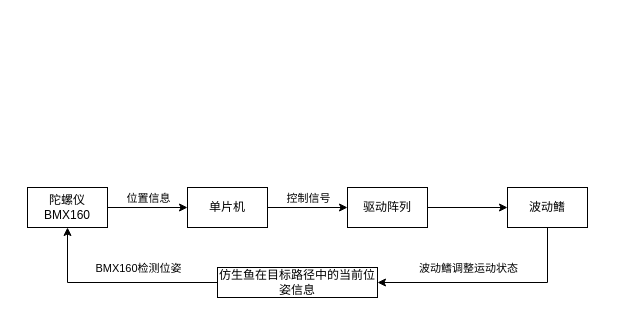
Above: 未命名绘图.drawio in chiguaren3/drawio_project (draw.io), before the change. Source tidied: cells renumbered, new cells numbered last; positions are measured from the earlier drawing's top-left corner, leaving out a move shared by most shapes. Both pictures are drawn from the tidied source at 100%, with x=0, y=0 at pixel (27, 187).
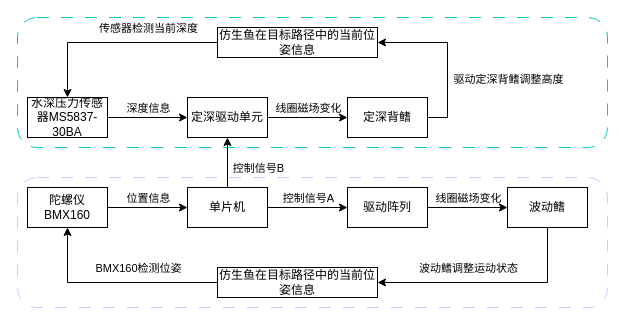
After the change.

Commit message (it also covers changes not shown here):
fish_control

The change refers to these unchanged cells:
```xml
<mxCell id="2" style="edgeStyle=orthogonalEdgeStyle;rounded=0;jettySize=auto;html=1;exitX=1;exitY=0.5;exitDx=0;exitDy=0;entryX=0;entryY=0.5;entryDx=0;entryDy=0;labelPosition=center;verticalLabelPosition=top;align=center;verticalAlign=bottom;labelBackgroundColor=none;fontColor=default;" parent="1" edge="1" source="4" target="6">
  <mxGeometry relative="1" as="geometry" />
</mxCell>
<mxCell id="4" value="单片机" style="rounded=0;whiteSpace=wrap;html=1;labelBackgroundColor=none;" parent="1" vertex="1">
  <mxGeometry x="160" width="80" height="40" as="geometry" />
</mxCell>
<mxCell id="6" value="驱动阵列" style="rounded=0;whiteSpace=wrap;html=1;labelBackgroundColor=none;" parent="1" vertex="1">
  <mxGeometry x="320" width="80" height="40" as="geometry" />
</mxCell>
<mxCell id="8" value="波动鳍" style="rounded=0;whiteSpace=wrap;html=1;labelBackgroundColor=none;" parent="1" vertex="1">
  <mxGeometry x="480" width="80" height="40" as="geometry" />
</mxCell>
<mxCell id="10" value="陀螺仪&lt;div&gt;BMX160&lt;/div&gt;" style="rounded=0;whiteSpace=wrap;html=1;labelBackgroundColor=none;" parent="1" vertex="1">
  <mxGeometry width="80" height="40" as="geometry" />
</mxCell>
<mxCell id="13" value="仿生鱼在目标路径中的当前位姿信息" style="rounded=0;whiteSpace=wrap;html=1;labelBackgroundColor=none;" parent="1" vertex="1">
  <mxGeometry x="190" y="80" width="160" height="30" as="geometry" />
</mxCell>
```

The edit, as a diff of the source:
```diff
@@
+    <mxCell id="16" style="rounded=1;whiteSpace=wrap;html=1;labelBorderColor=#FFCCFF;textOpacity=0;labelBackgroundColor=#FFCCFF;strokeColor=#00CCCC;dashed=1;dashPattern=12 12;" parent="1" vertex="1">
+      <mxGeometry x="-10" y="-170" width="590" height="130" as="geometry" />
+    </mxCell>
+    <mxCell id="17" style="rounded=1;whiteSpace=wrap;html=1;labelBorderColor=#FFCCFF;textOpacity=0;labelBackgroundColor=#FFCCFF;strokeColor=#CCCCFF;dashed=1;dashPattern=12 12;" parent="1" vertex="1">
+      <mxGeometry x="-10" y="-10" width="590" height="130" as="geometry" />
+    </mxCell>
@@
-    <mxCell id="3" value="控制信号" style="edgeLabel;html=1;align=center;verticalAlign=middle;labelBackgroundColor=none;" parent="2" vertex="1">
+    <mxCell id="3" value="控制信号A" style="edgeLabel;html=1;align=center;verticalAlign=middle;labelBackgroundColor=none;" parent="2" vertex="1">
       <mxGeometry relative="1" as="geometry">
         <mxPoint y="-10" as="offset" />
       </mxGeometry>
     </mxCell>
+    <mxCell id="18" style="edgeStyle=orthogonalEdgeStyle;rounded=0;jettySize=auto;html=1;exitX=0.5;exitY=0;exitDx=0;exitDy=0;entryX=0.5;entryY=1;entryDx=0;entryDy=0;labelBackgroundColor=none;fontColor=default;" parent="1" edge="1" source="4" target="27">
+      <mxGeometry relative="1" as="geometry" />
+    </mxCell>
+    <mxCell id="19" value="控制信号B" style="edgeLabel;html=1;align=center;verticalAlign=middle;labelBackgroundColor=none;" parent="18" vertex="1">
+      <mxGeometry x="-0.04" y="-4" relative="1" as="geometry">
+        <mxPoint x="26" y="4" as="offset" />
+      </mxGeometry>
+    </mxCell>
@@
-    <mxCell id="5" style="edgeStyle=orthogonalEdgeStyle;rounded=0;jettySize=auto;html=1;exitX=1;exitY=0.5;exitDx=0;exitDy=0;entryX=0;entryY=0.5;entryDx=0;entryDy=0;" parent="1" edge="1" source="6" target="8">
+    <mxCell id="5" style="edgeStyle=orthogonalEdgeStyle;rounded=0;jettySize=auto;html=1;exitX=1;exitY=0.5;exitDx=0;exitDy=0;entryX=0;entryY=0.5;entryDx=0;entryDy=0;labelBackgroundColor=none;fontColor=default;" parent="1" edge="1" source="6" target="8">
       <mxGeometry relative="1" as="geometry" />
     </mxCell>
@@
-    <mxCell id="7" style="edgeStyle=orthogonalEdgeStyle;rounded=0;jettySize=auto;html=1;exitX=0.5;exitY=1;exitDx=0;exitDy=0;entryX=1;entryY=0.5;entryDx=0;entryDy=0;" parent="1" edge="1" source="8" target="13">
+    <mxCell id="7" style="edgeStyle=orthogonalEdgeStyle;rounded=0;jettySize=auto;html=1;exitX=0.5;exitY=1;exitDx=0;exitDy=0;entryX=1;entryY=0.5;entryDx=0;entryDy=0;labelBackgroundColor=none;fontColor=default;" parent="1" edge="1" source="8" target="13">
       <mxGeometry relative="1" as="geometry" />
     </mxCell>
@@
-    <mxCell id="9" style="edgeStyle=orthogonalEdgeStyle;rounded=0;jettySize=auto;html=1;exitX=1;exitY=0.5;exitDx=0;exitDy=0;entryX=0;entryY=0.5;entryDx=0;entryDy=0;" parent="1" edge="1" source="10" target="4">
+    <mxCell id="9" style="edgeStyle=orthogonalEdgeStyle;rounded=0;jettySize=auto;html=1;exitX=1;exitY=0.5;exitDx=0;exitDy=0;entryX=0;entryY=0.5;entryDx=0;entryDy=0;labelBackgroundColor=none;fontColor=default;" parent="1" edge="1" source="10" target="4">
       <mxGeometry relative="1" as="geometry" />
     </mxCell>
@@
-    <mxCell id="12" style="edgeStyle=orthogonalEdgeStyle;rounded=0;jettySize=auto;html=1;exitX=0;exitY=0.5;exitDx=0;exitDy=0;entryX=0.5;entryY=1;entryDx=0;entryDy=0;" parent="1" edge="1" source="13" target="10">
+    <mxCell id="12" style="edgeStyle=orthogonalEdgeStyle;rounded=0;jettySize=auto;html=1;exitX=0;exitY=0.5;exitDx=0;exitDy=0;entryX=0.5;entryY=1;entryDx=0;entryDy=0;labelBackgroundColor=none;fontColor=default;" parent="1" edge="1" source="13" target="10">
       <mxGeometry relative="1" as="geometry" />
     </mxCell>
@@
+    <mxCell id="20" style="edgeStyle=orthogonalEdgeStyle;rounded=0;jettySize=auto;html=1;exitX=1;exitY=0.5;exitDx=0;exitDy=0;entryX=0;entryY=0.5;entryDx=0;entryDy=0;labelBackgroundColor=none;fontColor=default;" parent="1" edge="1" source="21" target="27">
+      <mxGeometry relative="1" as="geometry" />
+    </mxCell>
+    <mxCell id="21" value="水深压力传感器MS5837-30BA" style="rounded=0;whiteSpace=wrap;html=1;labelBackgroundColor=none;" parent="1" vertex="1">
+      <mxGeometry y="-90" width="80" height="40" as="geometry" />
+    </mxCell>
+    <mxCell id="22" style="edgeStyle=orthogonalEdgeStyle;rounded=0;jettySize=auto;html=1;exitX=1;exitY=0.5;exitDx=0;exitDy=0;entryX=1;entryY=0.5;entryDx=0;entryDy=0;labelBackgroundColor=none;fontColor=default;" parent="1" edge="1" source="24" target="29">
+      <mxGeometry relative="1" as="geometry" />
+    </mxCell>
+    <mxCell id="23" value="驱动定深背鳍调整高度" style="edgeLabel;html=1;align=center;verticalAlign=middle;labelBackgroundColor=none;" parent="22" vertex="1">
+      <mxGeometry x="-0.28" y="-2" relative="1" as="geometry">
+        <mxPoint x="58" as="offset" />
+      </mxGeometry>
+    </mxCell>
+    <mxCell id="24" value="定深背鳍" style="rounded=0;whiteSpace=wrap;html=1;labelBackgroundColor=none;" parent="1" vertex="1">
+      <mxGeometry x="320" y="-90" width="80" height="40" as="geometry" />
+    </mxCell>
+    <mxCell id="25" value="线圈磁场变化" style="edgeLabel;html=1;align=center;verticalAlign=middle;labelBackgroundColor=none;" parent="1" vertex="1">
+      <mxGeometry x="440" y="10" as="geometry" />
+    </mxCell>
+    <mxCell id="26" style="edgeStyle=orthogonalEdgeStyle;rounded=0;jettySize=auto;html=1;exitX=1;exitY=0.5;exitDx=0;exitDy=0;entryX=0;entryY=0.5;entryDx=0;entryDy=0;labelBackgroundColor=none;fontColor=default;" parent="1" edge="1" source="27" target="24">
+      <mxGeometry relative="1" as="geometry" />
+    </mxCell>
+    <mxCell id="27" value="定深驱动单元" style="rounded=0;whiteSpace=wrap;html=1;labelBackgroundColor=none;" parent="1" vertex="1">
+      <mxGeometry x="160" y="-90" width="80" height="40" as="geometry" />
+    </mxCell>
+    <mxCell id="28" style="edgeStyle=orthogonalEdgeStyle;rounded=0;jettySize=auto;html=1;exitX=0;exitY=0.5;exitDx=0;exitDy=0;entryX=0.5;entryY=0;entryDx=0;entryDy=0;labelBackgroundColor=none;fontColor=default;" parent="1" edge="1" source="29" target="21">
+      <mxGeometry relative="1" as="geometry" />
+    </mxCell>
+    <mxCell id="29" value="仿生鱼在目标路径中的当前位姿信息" style="rounded=0;whiteSpace=wrap;html=1;labelBackgroundColor=none;" parent="1" vertex="1">
+      <mxGeometry x="190" y="-160" width="160" height="30" as="geometry" />
+    </mxCell>
+    <mxCell id="30" value="线圈磁场变化" style="edgeLabel;html=1;align=center;verticalAlign=middle;labelBackgroundColor=none;" parent="1" vertex="1">
+      <mxGeometry x="280" y="-80" as="geometry" />
+    </mxCell>
+    <mxCell id="31" value="传感器检测当前深度" style="edgeLabel;html=1;align=center;verticalAlign=middle;labelBackgroundColor=none;" parent="1" vertex="1">
+      <mxGeometry x="120" y="-160" as="geometry" />
+    </mxCell>
+    <mxCell id="32" value="深度信息" style="edgeLabel;html=1;align=center;verticalAlign=middle;labelBackgroundColor=none;" parent="1" vertex="1">
+      <mxGeometry x="120" y="-80" as="geometry" />
+    </mxCell>
```
